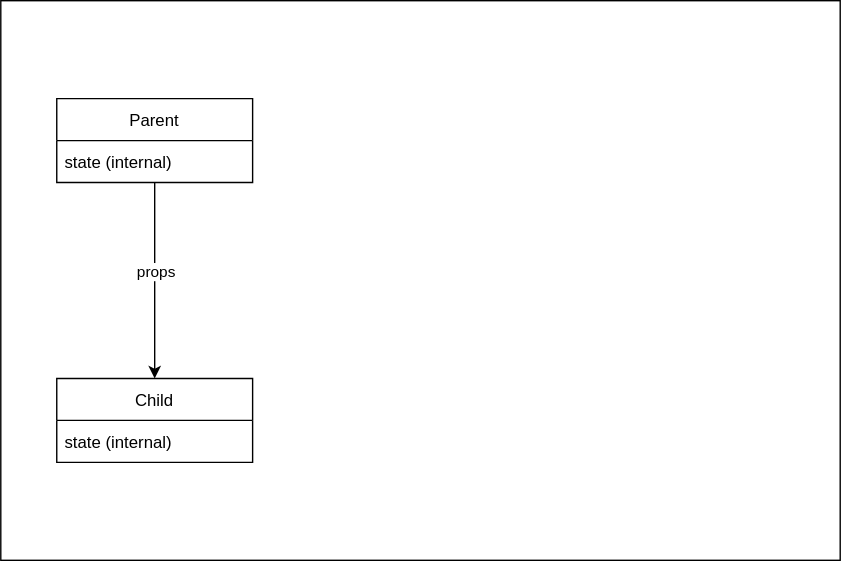
Before: 02_state_and_events /assets/state-and-props.drawio.svg, a diagram exported from draw.io (learn-co-curriculum/SENG-LIVE-Phase-2-ProjectShowcase). Source tidied: cells renumbered, new cells last; positions are measured from the earlier drawing's top-left corner, leaving out a move shared by most shapes. Source of this version:
```xml
<mxGraphModel>
  <root>
    <mxCell id="0" />
    <mxCell id="1" value="BG" parent="0" />
    <mxCell id="2" style="whiteSpace=wrap;html=1;" parent="1" vertex="1">
      <mxGeometry width="600" height="400" as="geometry" />
    </mxCell>
    <mxCell id="3" parent="0" />
    <mxCell id="4" style="edgeStyle=none;html=1;" parent="3" edge="1" source="6" target="8">
      <mxGeometry relative="1" as="geometry" />
    </mxCell>
    <mxCell id="5" value="props" style="edgeLabel;html=1;align=center;verticalAlign=middle;" parent="4" vertex="1">
      <mxGeometry x="-0.1" relative="1" as="geometry" />
    </mxCell>
    <mxCell id="6" value="Parent" style="swimlane;fontStyle=0;horizontal=1;startSize=30;" parent="3" vertex="1">
      <mxGeometry x="40" y="70" width="140" height="60" as="geometry" />
    </mxCell>
    <mxCell id="7" value="state (internal)" style="text;strokeColor=none;fillColor=none;align=left;verticalAlign=middle;spacingLeft=4;spacingRight=4;overflow=hidden;" parent="6" vertex="1">
      <mxGeometry y="30" width="140" height="30" as="geometry" />
    </mxCell>
    <mxCell id="8" value="Child" style="swimlane;fontStyle=0;horizontal=1;startSize=30;" parent="3" vertex="1">
      <mxGeometry x="40" y="270" width="140" height="60" as="geometry" />
    </mxCell>
    <mxCell id="9" value="state (internal)" style="text;strokeColor=none;fillColor=none;align=left;verticalAlign=middle;spacingLeft=4;spacingRight=4;overflow=hidden;" parent="8" vertex="1">
      <mxGeometry y="30" width="140" height="30" as="geometry" />
    </mxCell>
  </root>
</mxGraphModel>
```
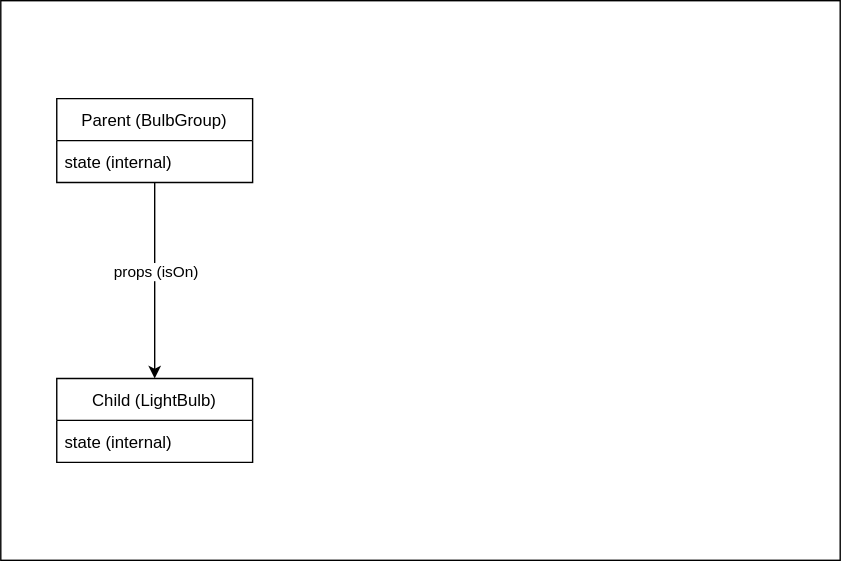
The same diagram one commit later.

Commit message:
update lesson 2 diagrams

Change to the diagram source:
```diff
@@ -9,16 +9,16 @@
     <mxCell id="4" style="edgeStyle=none;html=1;" parent="3" edge="1" source="6" target="8">
       <mxGeometry relative="1" as="geometry" />
     </mxCell>
-    <mxCell id="5" value="props" style="edgeLabel;html=1;align=center;verticalAlign=middle;" parent="4" vertex="1">
+    <mxCell id="5" value="props (isOn)" style="edgeLabel;html=1;align=center;verticalAlign=middle;" parent="4" vertex="1">
       <mxGeometry x="-0.1" relative="1" as="geometry" />
     </mxCell>
-    <mxCell id="6" value="Parent" style="swimlane;fontStyle=0;horizontal=1;startSize=30;" parent="3" vertex="1">
+    <mxCell id="6" value="Parent (BulbGroup)" style="swimlane;fontStyle=0;horizontal=1;startSize=30;" parent="3" vertex="1">
       <mxGeometry x="40" y="70" width="140" height="60" as="geometry" />
     </mxCell>
     <mxCell id="7" value="state (internal)" style="text;strokeColor=none;fillColor=none;align=left;verticalAlign=middle;spacingLeft=4;spacingRight=4;overflow=hidden;" parent="6" vertex="1">
       <mxGeometry y="30" width="140" height="30" as="geometry" />
     </mxCell>
-    <mxCell id="8" value="Child" style="swimlane;fontStyle=0;horizontal=1;startSize=30;" parent="3" vertex="1">
+    <mxCell id="8" value="Child (LightBulb)" style="swimlane;fontStyle=0;horizontal=1;startSize=30;" parent="3" vertex="1">
       <mxGeometry x="40" y="270" width="140" height="60" as="geometry" />
     </mxCell>
     <mxCell id="9" value="state (internal)" style="text;strokeColor=none;fillColor=none;align=left;verticalAlign=middle;spacingLeft=4;spacingRight=4;overflow=hidden;" parent="8" vertex="1">
```
